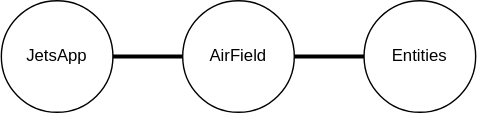
cas-e/JetsProject keeps this draw.io diagram as images/min_graph.svg. Above is the earlier version. Source tidied: cells renumbered, new cells last; positions are measured from the earlier drawing's top-left corner, leaving out a move shared by most shapes. Its diagram source:
```xml
<mxGraphModel>
  <root>
    <mxCell id="0" />
    <mxCell id="1" parent="0" />
    <mxCell id="2" style="ellipse;whiteSpace=wrap;html=1;" parent="1" vertex="1">
      <mxGeometry x="130" width="80" height="80" as="geometry" />
    </mxCell>
    <mxCell id="3" value="JetsApp" style="text;html=1;strokeColor=none;fillColor=none;align=center;verticalAlign=middle;whiteSpace=wrap;rounded=0;" parent="1" vertex="1">
      <mxGeometry x="10" y="25" width="60" height="30" as="geometry" />
    </mxCell>
    <mxCell id="4" value="JetsApp" style="ellipse;whiteSpace=wrap;html=1;" parent="1" vertex="1">
      <mxGeometry width="80" height="80" as="geometry" />
    </mxCell>
    <mxCell id="5" style="ellipse;whiteSpace=wrap;html=1;" parent="1" vertex="1">
      <mxGeometry x="260" width="80" height="80" as="geometry" />
    </mxCell>
    <mxCell id="6" value="AirField" style="text;html=1;strokeColor=none;fillColor=none;align=center;verticalAlign=middle;whiteSpace=wrap;rounded=0;" parent="1" vertex="1">
      <mxGeometry x="140" y="25" width="60" height="30" as="geometry" />
    </mxCell>
    <mxCell id="7" value="Entities" style="text;html=1;strokeColor=none;fillColor=none;align=center;verticalAlign=middle;whiteSpace=wrap;rounded=0;" parent="1" vertex="1">
      <mxGeometry x="270" y="25" width="60" height="30" as="geometry" />
    </mxCell>
    <mxCell id="8" style="endArrow=none;html=1;rounded=0;exitX=1;exitY=0.5;exitDx=0;exitDy=0;strokeWidth=3;" parent="1" edge="1" source="4">
      <mxGeometry relative="1" as="geometry">
        <mxPoint x="130" y="40" as="targetPoint" />
      </mxGeometry>
    </mxCell>
    <mxCell id="9" style="endArrow=none;html=1;rounded=0;entryX=0;entryY=0.5;entryDx=0;entryDy=0;exitX=1;exitY=0.5;exitDx=0;exitDy=0;strokeWidth=3;" parent="1" edge="1" source="2" target="5">
      <mxGeometry relative="1" as="geometry" />
    </mxCell>
  </root>
</mxGraphModel>
```
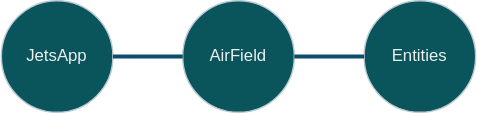
The same diagram one commit later.

Commit message:
update svg to show on github dark mode

Diff of the diagram source:
```diff
@@ -2,30 +2,30 @@
   <root>
     <mxCell id="0" />
     <mxCell id="1" parent="0" />
-    <mxCell id="2" style="ellipse;whiteSpace=wrap;html=1;" parent="1" vertex="1">
+    <mxCell id="2" style="ellipse;whiteSpace=wrap;html=1;labelBackgroundColor=none;fillColor=#09555B;strokeColor=#BAC8D3;fontColor=#EEEEEE;" parent="1" vertex="1">
       <mxGeometry x="130" width="80" height="80" as="geometry" />
     </mxCell>
-    <mxCell id="3" value="JetsApp" style="text;html=1;strokeColor=none;fillColor=none;align=center;verticalAlign=middle;whiteSpace=wrap;rounded=0;" parent="1" vertex="1">
+    <mxCell id="3" value="JetsApp" style="text;html=1;strokeColor=none;fillColor=none;align=center;verticalAlign=middle;whiteSpace=wrap;rounded=0;labelBackgroundColor=none;fontColor=#EEEEEE;" parent="1" vertex="1">
       <mxGeometry x="10" y="25" width="60" height="30" as="geometry" />
     </mxCell>
-    <mxCell id="4" value="JetsApp" style="ellipse;whiteSpace=wrap;html=1;" parent="1" vertex="1">
+    <mxCell id="4" value="JetsApp" style="ellipse;whiteSpace=wrap;html=1;labelBackgroundColor=none;fillColor=#09555B;strokeColor=#BAC8D3;fontColor=#EEEEEE;" parent="1" vertex="1">
       <mxGeometry width="80" height="80" as="geometry" />
     </mxCell>
-    <mxCell id="5" style="ellipse;whiteSpace=wrap;html=1;" parent="1" vertex="1">
+    <mxCell id="5" style="ellipse;whiteSpace=wrap;html=1;labelBackgroundColor=none;fillColor=#09555B;strokeColor=#BAC8D3;fontColor=#EEEEEE;" parent="1" vertex="1">
       <mxGeometry x="260" width="80" height="80" as="geometry" />
     </mxCell>
-    <mxCell id="6" value="AirField" style="text;html=1;strokeColor=none;fillColor=none;align=center;verticalAlign=middle;whiteSpace=wrap;rounded=0;" parent="1" vertex="1">
+    <mxCell id="6" value="AirField" style="text;html=1;strokeColor=none;fillColor=none;align=center;verticalAlign=middle;whiteSpace=wrap;rounded=0;labelBackgroundColor=none;fontColor=#EEEEEE;" parent="1" vertex="1">
       <mxGeometry x="140" y="25" width="60" height="30" as="geometry" />
     </mxCell>
-    <mxCell id="7" value="Entities" style="text;html=1;strokeColor=none;fillColor=none;align=center;verticalAlign=middle;whiteSpace=wrap;rounded=0;" parent="1" vertex="1">
+    <mxCell id="7" value="Entities" style="text;html=1;strokeColor=none;fillColor=none;align=center;verticalAlign=middle;whiteSpace=wrap;rounded=0;labelBackgroundColor=none;fontColor=#EEEEEE;" parent="1" vertex="1">
       <mxGeometry x="270" y="25" width="60" height="30" as="geometry" />
     </mxCell>
-    <mxCell id="8" style="endArrow=none;html=1;rounded=0;exitX=1;exitY=0.5;exitDx=0;exitDy=0;strokeWidth=3;" parent="1" edge="1" source="4">
+    <mxCell id="8" style="endArrow=none;html=1;rounded=0;exitX=1;exitY=0.5;exitDx=0;exitDy=0;strokeWidth=3;labelBackgroundColor=none;strokeColor=#0B4D6A;fontColor=default;" parent="1" edge="1" source="4">
       <mxGeometry relative="1" as="geometry">
         <mxPoint x="130" y="40" as="targetPoint" />
       </mxGeometry>
     </mxCell>
-    <mxCell id="9" style="endArrow=none;html=1;rounded=0;entryX=0;entryY=0.5;entryDx=0;entryDy=0;exitX=1;exitY=0.5;exitDx=0;exitDy=0;strokeWidth=3;" parent="1" edge="1" source="2" target="5">
+    <mxCell id="9" style="endArrow=none;html=1;rounded=0;entryX=0;entryY=0.5;entryDx=0;entryDy=0;exitX=1;exitY=0.5;exitDx=0;exitDy=0;strokeWidth=3;labelBackgroundColor=none;strokeColor=#0B4D6A;fontColor=default;" parent="1" edge="1" source="2" target="5">
       <mxGeometry relative="1" as="geometry" />
     </mxCell>
   </root>
```
